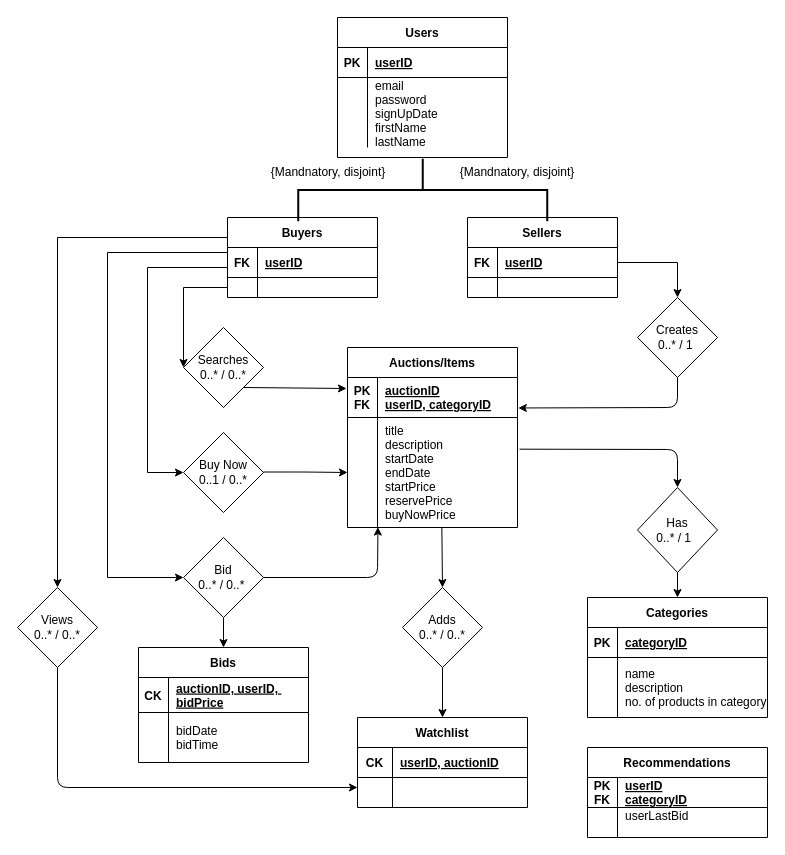
The draw.io diagram ER_diagram.drawio in shaundbs/databases-coursework, before the edit. Source tidied: cells renumbered, new cells numbered last; positions are measured from the earlier drawing's top-left corner, leaving out a move shared by most shapes. Both pictures are drawn from the tidied source at 100%, with x=0, y=0 at pixel (17, 17).
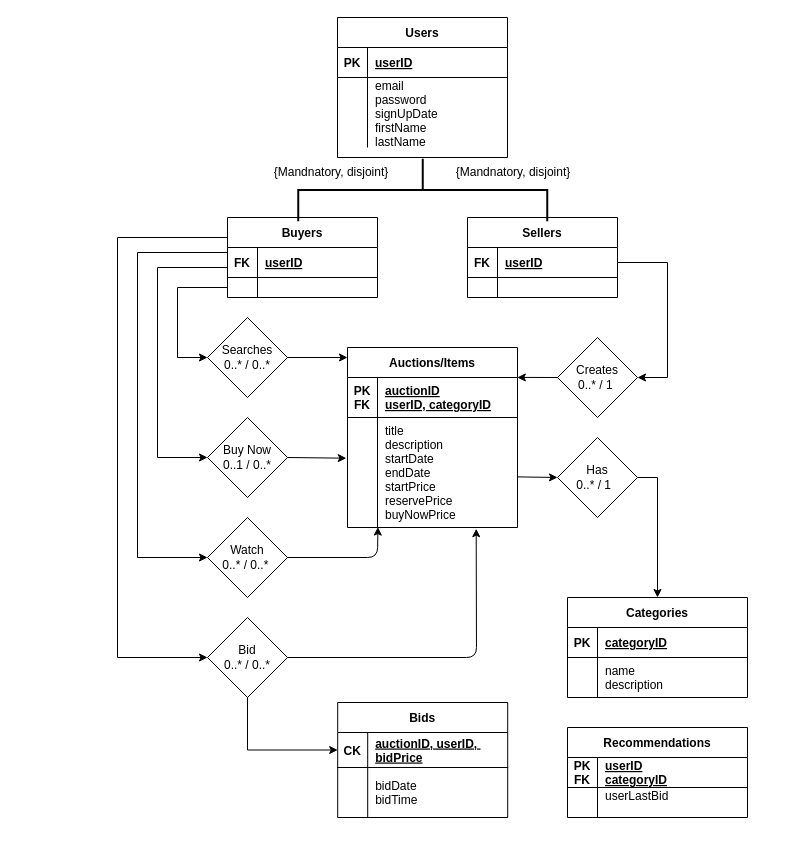
The same page after the edit.

Unchanged cells that the change refers to:
```xml
<mxCell id="3" value="Buyers" style="shape=table;startSize=30;childLayout=tableLayout;rowLines=0;fontStyle=1;align=center;" parent="1" vertex="1">
  <mxGeometry x="210" y="200" width="150" height="80" as="geometry" />
</mxCell>
<mxCell id="4" style="shape=partialRectangle;fillColor=none;points=[[0,0.5],[1,0.5]];portConstraint=eastwest;top=0;left=0;right=0;bottom=1;" parent="3" vertex="1">
  <mxGeometry y="30" width="150" height="30" as="geometry" />
</mxCell>
<mxCell id="7" style="shape=partialRectangle;fillColor=none;points=[[0,0.5],[1,0.5]];portConstraint=eastwest;top=0;left=0;right=0;bottom=0;" parent="3" vertex="1">
  <mxGeometry y="60" width="150" height="20" as="geometry" />
</mxCell>
<mxCell id="11" style="shape=partialRectangle;fillColor=none;points=[[0,0.5],[1,0.5]];portConstraint=eastwest;top=0;left=0;right=0;bottom=1;" parent="10" vertex="1">
  <mxGeometry y="30" width="150" height="30" as="geometry" />
</mxCell>
<mxCell id="36" style="shape=partialRectangle;fillColor=none;points=[[0,0.5],[1,0.5]];portConstraint=eastwest;top=0;left=0;right=0;bottom=1;" parent="35" vertex="1">
  <mxGeometry y="30" width="170" height="40" as="geometry" />
</mxCell>
<mxCell id="39" style="shape=partialRectangle;fillColor=none;points=[[0,0.5],[1,0.5]];portConstraint=eastwest;top=0;left=0;right=0;bottom=0;" parent="35" vertex="1">
  <mxGeometry y="70" width="170" height="110" as="geometry" />
</mxCell>
<mxCell id="60" style="shape=partialRectangle;fillColor=none;points=[[0,0.5],[1,0.5]];portConstraint=eastwest;top=0;left=0;right=0;bottom=1;" parent="59" vertex="1">
  <mxGeometry y="30" width="170" height="35" as="geometry" />
</mxCell>
```

What changed in the source:
```diff
@@
-    <mxCell id="2" style="edgeStyle=orthogonalEdgeStyle;rounded=0;jettySize=auto;html=1;exitX=0;exitY=0.25;exitDx=0;exitDy=0;entryX=0.5;entryY=0;entryDx=0;entryDy=0;" parent="1" edge="1" source="3" target="42">
-      <mxGeometry relative="1" as="geometry" />
+    <mxCell id="2" style="edgeStyle=orthogonalEdgeStyle;rounded=0;jettySize=auto;html=1;exitX=0;exitY=0.25;exitDx=0;exitDy=0;entryX=0;entryY=0.5;entryDx=0;entryDy=0;" parent="1" edge="1" source="3" target="42">
+      <mxGeometry relative="1" as="geometry">
+        <Array as="points">
+          <mxPoint x="100" y="220" />
+          <mxPoint x="100" y="640" />
+        </Array>
+      </mxGeometry>
     </mxCell>
@@
     <mxCell id="25" value="Creates&lt;br&gt;0..* / 1&amp;nbsp;" style="rhombus;whiteSpace=wrap;html=1;" parent="1" vertex="1">
-      <mxGeometry x="620" y="280" width="80" height="80" as="geometry" />
+      <mxGeometry x="540" y="320" width="80" height="80" as="geometry" />
     </mxCell>
-    <mxCell id="26" style="edgeStyle=orthogonalEdgeStyle;rounded=0;jettySize=auto;html=1;exitX=1;exitY=0.5;exitDx=0;exitDy=0;entryX=0.5;entryY=0;entryDx=0;entryDy=0;" parent="1" edge="1" source="11" target="25">
+    <mxCell id="26" style="edgeStyle=orthogonalEdgeStyle;rounded=0;jettySize=auto;html=1;exitX=1;exitY=0.5;exitDx=0;exitDy=0;entryX=1;entryY=0.5;entryDx=0;entryDy=0;" parent="1" edge="1" source="11" target="25">
       <mxGeometry relative="1" as="geometry">
         <Array as="points">
-          <mxPoint x="660" y="245" />
+          <mxPoint x="650" y="245" />
+          <mxPoint x="650" y="360" />
         </Array>
       </mxGeometry>
     </mxCell>
     <mxCell id="27" value="Searches&lt;br&gt;0..* / 0..*" style="rhombus;whiteSpace=wrap;html=1;" parent="1" vertex="1">
-      <mxGeometry x="166" y="310" width="80" height="80" as="geometry" />
+      <mxGeometry x="190" y="300" width="80" height="80" as="geometry" />
     </mxCell>
     <mxCell id="28" style="edgeStyle=orthogonalEdgeStyle;rounded=0;jettySize=auto;html=1;entryX=0;entryY=0.5;entryDx=0;entryDy=0;exitX=0;exitY=0.5;exitDx=0;exitDy=0;" parent="1" edge="1" source="7" target="27">
       <mxGeometry relative="1" as="geometry">
         <Array as="points">
-          <mxPoint x="166" y="270" />
+          <mxPoint x="160" y="270" />
+          <mxPoint x="160" y="340" />
         </Array>
       </mxGeometry>
     </mxCell>
-    <mxCell id="29" style="edgeStyle=orthogonalEdgeStyle;rounded=0;jettySize=auto;html=1;exitX=0.5;exitY=1;exitDx=0;exitDy=0;entryX=0.5;entryY=0;entryDx=0;entryDy=0;" parent="1" edge="1" source="30" target="59">
+    <mxCell id="29" style="edgeStyle=orthogonalEdgeStyle;rounded=0;jettySize=auto;html=1;entryX=0;entryY=0.5;entryDx=0;entryDy=0;exitX=0.5;exitY=1;exitDx=0;exitDy=0;" parent="1" edge="1" source="42" target="60">
       <mxGeometry relative="1" as="geometry" />
     </mxCell>
-    <mxCell id="30" value="Bid&lt;br&gt;0..* / 0..*&amp;nbsp;" style="rhombus;whiteSpace=wrap;html=1;" parent="1" vertex="1">
-      <mxGeometry x="166" y="520" width="80" height="80" as="geometry" />
+    <mxCell id="30" value="Watch&lt;br&gt;0..* / 0..*&amp;nbsp;" style="rhombus;whiteSpace=wrap;html=1;" parent="1" vertex="1">
+      <mxGeometry x="190" y="500" width="80" height="80" as="geometry" />
     </mxCell>
     <mxCell id="31" style="edgeStyle=orthogonalEdgeStyle;rounded=0;jettySize=auto;html=1;exitX=0;exitY=0.5;exitDx=0;exitDy=0;entryX=0;entryY=0.5;entryDx=0;entryDy=0;" parent="1" edge="1" source="4" target="30">
       <mxGeometry relative="1" as="geometry">
         <Array as="points">
           <mxPoint x="210" y="235" />
-          <mxPoint x="90" y="235" />
-          <mxPoint x="90" y="560" />
+          <mxPoint x="120" y="235" />
+          <mxPoint x="120" y="540" />
         </Array>
       </mxGeometry>
     </mxCell>
-    <mxCell id="32" value="Adds&lt;br&gt;0..* / 0..*" style="rhombus;whiteSpace=wrap;html=1;" parent="1" vertex="1">
-      <mxGeometry x="385" y="570" width="80" height="80" as="geometry" />
-    </mxCell>
-    <mxCell id="33" style="edgeStyle=orthogonalEdgeStyle;rounded=0;jettySize=auto;html=1;exitX=0.5;exitY=1;exitDx=0;exitDy=0;" parent="1" edge="1" source="34" target="66">
+    <mxCell id="33" style="edgeStyle=orthogonalEdgeStyle;rounded=0;jettySize=auto;html=1;exitX=1;exitY=0.5;exitDx=0;exitDy=0;" parent="1" edge="1" source="34" target="66">
       <mxGeometry relative="1" as="geometry" />
     </mxCell>
     <mxCell id="34" value="Has&lt;br&gt;0..* / 1 &amp;nbsp;" style="rhombus;whiteSpace=wrap;html=1;" parent="1" vertex="1">
-      <mxGeometry x="620" y="470" width="80" height="85" as="geometry" />
+      <mxGeometry x="540" y="420" width="80" height="80" as="geometry" />
     </mxCell>
@@
-    <mxCell id="42" value="Views&lt;br&gt;0..* / 0..*" style="rhombus;whiteSpace=wrap;html=1;" parent="1" vertex="1">
-      <mxGeometry y="570" width="80" height="80" as="geometry" />
+    <mxCell id="42" value="Bid&lt;br&gt;0..* / 0..*" style="rhombus;whiteSpace=wrap;html=1;" parent="1" vertex="1">
+      <mxGeometry x="190" y="600" width="80" height="80" as="geometry" />
     </mxCell>
     <mxCell id="43" value="Buy Now&lt;br&gt;0..1 / 0..*" style="rhombus;whiteSpace=wrap;html=1;" parent="1" vertex="1">
-      <mxGeometry x="166" y="415" width="80" height="80" as="geometry" />
+      <mxGeometry x="190" y="400" width="80" height="80" as="geometry" />
     </mxCell>
     <mxCell id="44" style="edgeStyle=orthogonalEdgeStyle;rounded=0;jettySize=auto;html=1;entryX=0;entryY=0.5;entryDx=0;entryDy=0;" parent="1" edge="1" target="43">
       <mxGeometry relative="1" as="geometry">
         <mxPoint x="210" y="250" as="sourcePoint" />
         <Array as="points">
-          <mxPoint x="210" y="250" />
-          <mxPoint x="130" y="250" />
-          <mxPoint x="130" y="455" />
+          <mxPoint x="140" y="250" />
+          <mxPoint x="140" y="440" />
         </Array>
       </mxGeometry>
     </mxCell>
-    <mxCell id="45" value="Watchlist" style="shape=table;startSize=30;childLayout=tableLayout;rowLines=0;fontStyle=1;align=center;" parent="1" vertex="1">
-      <mxGeometry x="340" y="700" width="170" height="90" as="geometry" />
-    </mxCell>
-    <mxCell id="46" style="shape=partialRectangle;fillColor=none;top=0;left=0;right=0;bottom=1;" parent="45" vertex="1">
-      <mxGeometry y="30" width="170" height="30" as="geometry" />
-    </mxCell>
-    <mxCell id="47" value="CK" style="shape=partialRectangle;overflow=hidden;fillColor=none;top=0;left=0;bottom=0;right=0;fontStyle=1;" parent="46" vertex="1">
-      <mxGeometry width="35" height="30" as="geometry" />
-    </mxCell>
-    <mxCell id="48" value="userID, auctionID" style="shape=partialRectangle;overflow=hidden;fillColor=none;top=0;left=0;bottom=0;right=0;align=left;spacingLeft=6;fontStyle=5;" parent="46" vertex="1">
-      <mxGeometry x="35" width="135" height="30" as="geometry" />
-    </mxCell>
-    <mxCell id="49" style="shape=partialRectangle;fillColor=none;points=[[0,0.5],[1,0.5]];portConstraint=eastwest;top=0;left=0;right=0;bottom=0;" parent="45" vertex="1">
-      <mxGeometry y="60" width="170" height="30" as="geometry" />
-    </mxCell>
-    <mxCell id="50" style="shape=partialRectangle;overflow=hidden;fillColor=none;top=0;left=0;bottom=0;right=0;" parent="49" vertex="1">
-      <mxGeometry width="35" height="30" as="geometry" />
-    </mxCell>
-    <mxCell id="51" style="shape=partialRectangle;overflow=hidden;fillColor=none;top=0;left=0;bottom=0;right=0;align=left;spacingLeft=6;" parent="49" vertex="1">
-      <mxGeometry x="35" width="135" height="30" as="geometry" />
-    </mxCell>
     <mxCell id="52" value="Recommendations" style="shape=table;startSize=30;childLayout=tableLayout;rowLines=0;fontStyle=1;align=center;" parent="1" vertex="1">
-      <mxGeometry x="570" y="730" width="180" height="90" as="geometry" />
+      <mxGeometry x="550" y="710" width="180" height="90" as="geometry" />
     </mxCell>
@@
     <mxCell id="59" value="Bids" style="shape=table;startSize=30;childLayout=tableLayout;rowLines=0;fontStyle=1;align=center;" parent="1" vertex="1">
-      <mxGeometry x="121" y="630" width="170" height="115" as="geometry" />
+      <mxGeometry x="320.2" y="685" width="170" height="115" as="geometry" />
     </mxCell>
@@
     <mxCell id="66" value="Categories" style="shape=table;startSize=30;childLayout=tableLayout;rowLines=0;fontStyle=1;align=center;" parent="1" vertex="1">
-      <mxGeometry x="570" y="580" width="180" height="120" as="geometry" />
+      <mxGeometry x="550" y="580" width="180" height="100" as="geometry" />
     </mxCell>
@@
     <mxCell id="70" style="shape=partialRectangle;fillColor=none;top=0;left=0;bottom=0;right=0;" parent="66" vertex="1">
-      <mxGeometry y="60" width="180" height="60" as="geometry" />
+      <mxGeometry y="60" width="180" height="40" as="geometry" />
     </mxCell>
     <mxCell id="71" style="shape=partialRectangle;fillColor=none;top=0;left=0;bottom=0;right=0;overflow=hidden;" parent="70" vertex="1">
-      <mxGeometry width="30" height="60" as="geometry" />
+      <mxGeometry width="30" height="40" as="geometry" />
     </mxCell>
-    <mxCell id="72" value="name&#10;description&#10;no. of products in category" style="shape=partialRectangle;fillColor=none;top=0;left=0;bottom=0;right=0;align=left;spacingLeft=6;overflow=hidden;" parent="70" vertex="1">
-      <mxGeometry x="30" width="150" height="60" as="geometry" />
+    <mxCell id="72" value="name&#10;description" style="shape=partialRectangle;fillColor=none;top=0;left=0;bottom=0;right=0;align=left;spacingLeft=6;overflow=hidden;" parent="70" vertex="1">
+      <mxGeometry x="30" width="150" height="40" as="geometry" />
     </mxCell>
     <mxCell id="73" value="{Mandnatory, disjoint}" style="text;html=1;strokeColor=none;fillColor=none;align=center;verticalAlign=middle;whiteSpace=wrap;rounded=0;" parent="1" vertex="1">
-      <mxGeometry x="246" y="140" width="130" height="30" as="geometry" />
+      <mxGeometry x="249" y="140" width="130" height="30" as="geometry" />
     </mxCell>
     <mxCell id="74" value="{Mandnatory, disjoint}" style="text;html=1;strokeColor=none;fillColor=none;align=center;verticalAlign=middle;whiteSpace=wrap;rounded=0;" parent="1" vertex="1">
-      <mxGeometry x="434.5" y="140" width="130" height="30" as="geometry" />
+      <mxGeometry x="430.5" y="140" width="130" height="30" as="geometry" />
     </mxCell>
-    <mxCell id="75" style="endArrow=classic;html=1;exitX=1;exitY=1;exitDx=0;exitDy=0;entryX=-0.006;entryY=0.275;entryDx=0;entryDy=0;entryPerimeter=0;" parent="1" edge="1" source="27" target="36">
-      <mxGeometry relative="1" as="geometry" />
+    <mxCell id="75" style="endArrow=classic;html=1;exitX=1;exitY=0.5;exitDx=0;exitDy=0;" parent="1" edge="1" source="27">
+      <mxGeometry relative="1" as="geometry">
+        <mxPoint x="330" y="340" as="targetPoint" />
+      </mxGeometry>
     </mxCell>
-    <mxCell id="76" style="endArrow=classic;html=1;entryX=0;entryY=0.5;entryDx=0;entryDy=0;" parent="1" edge="1" target="39">
-      <mxGeometry relative="1" as="geometry">
-        <mxPoint x="246" y="454.5" as="sourcePoint" />
-        <Array as="points">
-          <mxPoint x="286" y="454.5" />
-        </Array>
-      </mxGeometry>
+    <mxCell id="76" style="endArrow=classic;html=1;exitX=1;exitY=0.5;exitDx=0;exitDy=0;entryX=-0.007;entryY=0.37;entryDx=0;entryDy=0;entryPerimeter=0;" parent="1" edge="1" source="43" target="39">
+      <mxGeometry relative="1" as="geometry" />
     </mxCell>
     <mxCell id="77" style="endArrow=classic;html=1;entryX=0.179;entryY=0.996;entryDx=0;entryDy=0;entryPerimeter=0;exitX=1;exitY=0.5;exitDx=0;exitDy=0;" parent="1" edge="1" source="30" target="39">
       <mxGeometry relative="1" as="geometry">
         <Array as="points">
-          <mxPoint x="360" y="560" />
+          <mxPoint x="360" y="540" />
         </Array>
       </mxGeometry>
     </mxCell>
-    <mxCell id="78" style="endArrow=classic;html=1;exitX=0.5;exitY=1;exitDx=0;exitDy=0;entryX=1.005;entryY=0.762;entryDx=0;entryDy=0;entryPerimeter=0;" parent="1" edge="1" source="25" target="36">
-      <mxGeometry relative="1" as="geometry">
-        <Array as="points">
-          <mxPoint x="660" y="390" />
-        </Array>
-      </mxGeometry>
+    <mxCell id="78" style="endArrow=classic;html=1;exitX=0;exitY=0.5;exitDx=0;exitDy=0;entryX=0.999;entryY=-0.002;entryDx=0;entryDy=0;entryPerimeter=0;" parent="1" edge="1" source="25" target="36">
+      <mxGeometry relative="1" as="geometry" />
     </mxCell>
-    <mxCell id="79" style="endArrow=classic;html=1;exitX=0.5;exitY=1;exitDx=0;exitDy=0;entryX=0;entryY=0.333;entryDx=0;entryDy=0;entryPerimeter=0;" parent="1" edge="1" source="42" target="49">
+    <mxCell id="79" style="endArrow=classic;html=1;exitX=1;exitY=0.5;exitDx=0;exitDy=0;entryX=0.757;entryY=1.011;entryDx=0;entryDy=0;entryPerimeter=0;" parent="1" edge="1" source="42" target="39">
       <mxGeometry relative="1" as="geometry">
         <Array as="points">
-          <mxPoint x="40" y="770" />
+          <mxPoint x="459" y="640" />
         </Array>
       </mxGeometry>
     </mxCell>
-    <mxCell id="80" style="endArrow=classic;html=1;exitX=0.555;exitY=0.997;exitDx=0;exitDy=0;exitPerimeter=0;entryX=0.5;entryY=0;entryDx=0;entryDy=0;" parent="1" edge="1" source="39" target="32">
-      <mxGeometry relative="1" as="geometry" />
-    </mxCell>
-    <mxCell id="81" style="endArrow=classic;html=1;entryX=0.5;entryY=0;entryDx=0;entryDy=0;exitX=0.5;exitY=1;exitDx=0;exitDy=0;" parent="1" edge="1" source="32" target="45">
-      <mxGeometry relative="1" as="geometry" />
-    </mxCell>
-    <mxCell id="82" style="endArrow=classic;html=1;exitX=1.012;exitY=0.288;exitDx=0;exitDy=0;exitPerimeter=0;entryX=0.5;entryY=0;entryDx=0;entryDy=0;" parent="1" edge="1" source="39" target="34">
-      <mxGeometry relative="1" as="geometry">
-        <Array as="points">
-          <mxPoint x="660" y="432" />
-        </Array>
-      </mxGeometry>
+    <mxCell id="82" style="endArrow=classic;html=1;entryX=0;entryY=0.5;entryDx=0;entryDy=0;exitX=1.003;exitY=0.54;exitDx=0;exitDy=0;exitPerimeter=0;" parent="1" edge="1" source="39" target="34">
+      <mxGeometry relative="1" as="geometry" />
     </mxCell>
```
